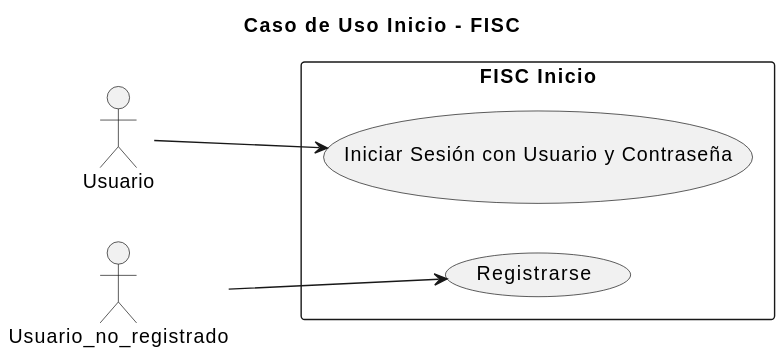
Earlier version of the PlantUML export imagenes/casosDeUso/casoUsoInicio.svg (mmasias/23-24-IdSw1-SDR).
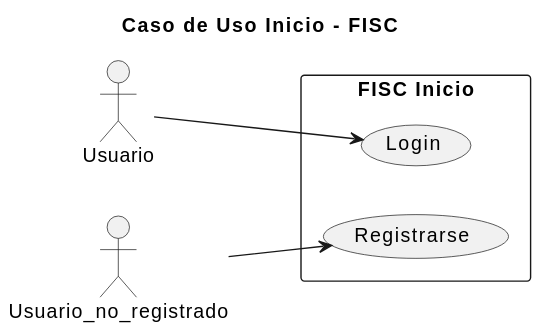
Later version of the same file.

Diff of the diagram source:
```diff
@@ -7,7 +7,7 @@
 actor Usuario_no_registrado as user1
 
 rectangle "FISC Inicio" {
-    usecase "Iniciar Sesión con Usuario y Contraseña" as login
+    usecase "Login" as login
     usecase "Registrarse" as registro
 }
 
```
